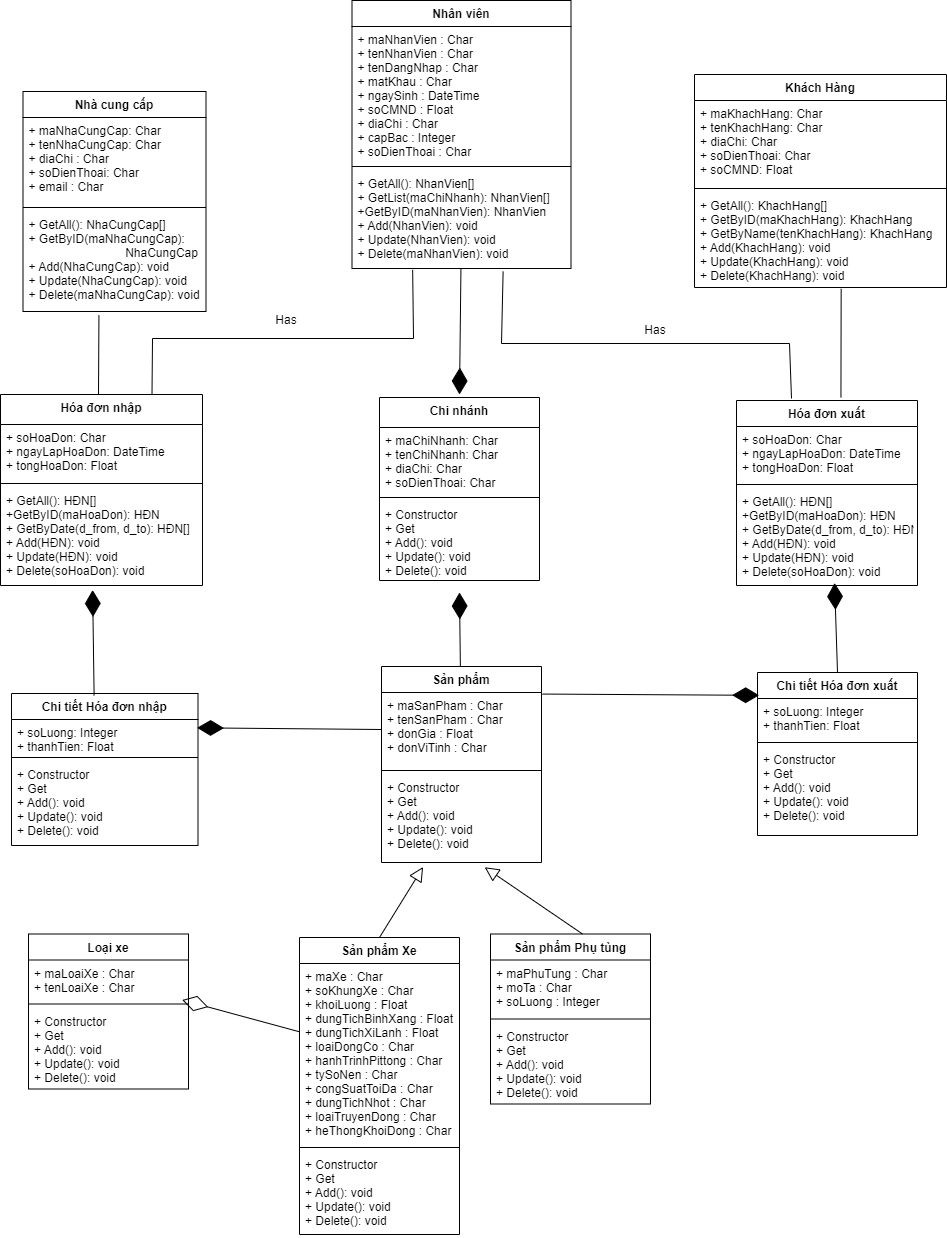
Earlier version of the draw.io export Sơ Đồ Class.png (ChauCongTu/thiet-ke-linh-tinh). Source tidied: cells renumbered, new cells last; positions are measured from the earlier drawing's top-left corner, leaving out a move shared by most shapes.
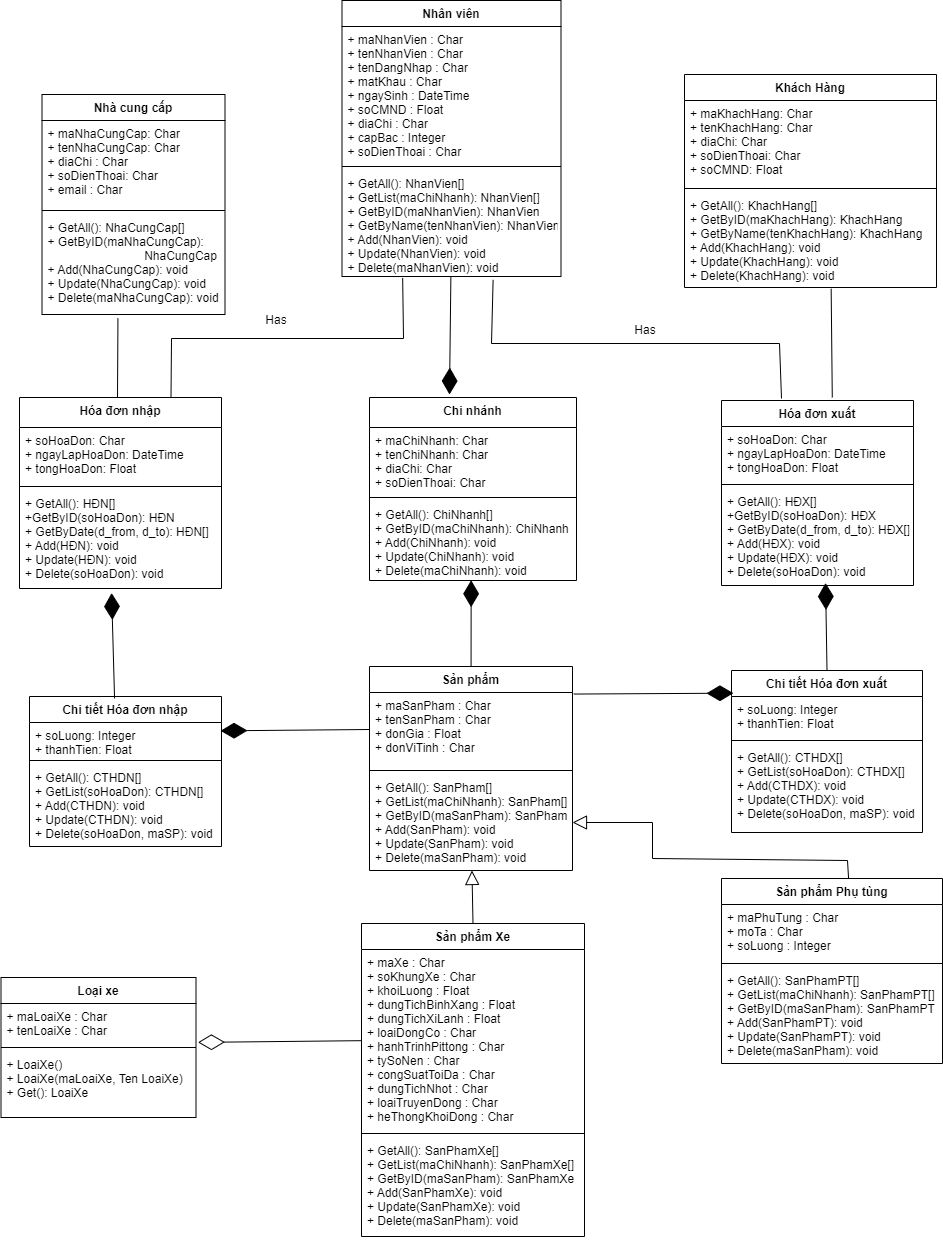
After the change.

Commit message:
Cập nhật Sơ Đồ Class.png

The edit, as a diff of the source:
```diff
@@ -17,3 +17,3 @@
     <mxCell id="6" value="Nhà cung cấp" style="swimlane;fontStyle=1;align=center;verticalAlign=top;horizontal=1;startSize=26;" parent="1" vertex="1">
-      <mxGeometry x="22.5" y="91" width="183" height="220" as="geometry" />
+      <mxGeometry x="51.5" y="94" width="183" height="220" as="geometry" />
     </mxCell>
@@ -29,3 +29,3 @@
     <mxCell id="10" value="Hóa đơn nhập" style="swimlane;fontStyle=1;align=center;verticalAlign=top;horizontal=1;startSize=30;" parent="1" vertex="1">
-      <mxGeometry y="394" width="202" height="191" as="geometry" />
+      <mxGeometry x="29" y="397" width="202" height="191" as="geometry" />
     </mxCell>
@@ -37,3 +37,3 @@
     </mxCell>
-    <mxCell id="13" value="+ GetAll(): HĐN[]&#10;+GetByID(maHoaDon): HĐN&#10;+ GetByDate(d_from, d_to): HĐN[]&#10;+ Add(HĐN): void&#10;+ Update(HĐN): void&#10;+ Delete(soHoaDon): void" style="text;strokeColor=none;fillColor=none;align=left;verticalAlign=top;spacingLeft=4;spacingRight=4;overflow=hidden;points=[[0,0.5],[1,0.5]];portConstraint=eastwest;" parent="10" vertex="1">
+    <mxCell id="13" value="+ GetAll(): HĐN[]&#10;+GetByID(soHoaDon): HĐN&#10;+ GetByDate(d_from, d_to): HĐN[]&#10;+ Add(HĐN): void&#10;+ Update(HĐN): void&#10;+ Delete(soHoaDon): void" style="text;strokeColor=none;fillColor=none;align=left;verticalAlign=top;spacingLeft=4;spacingRight=4;overflow=hidden;points=[[0,0.5],[1,0.5]];portConstraint=eastwest;" parent="10" vertex="1">
       <mxGeometry y="93" width="202" height="98" as="geometry" />
@@ -41,3 +41,3 @@
     <mxCell id="14" value="Nhân viên" style="swimlane;fontStyle=1;align=center;verticalAlign=top;horizontal=1;startSize=26;" parent="1" vertex="1">
-      <mxGeometry x="351.5" width="219" height="268" as="geometry" />
+      <mxGeometry x="351.5" width="219" height="276" as="geometry" />
     </mxCell>
@@ -49,93 +49,91 @@
     </mxCell>
-    <mxCell id="17" value="+ GetAll(): NhanVien[]&#10;+ GetList(maChiNhanh): NhanVien[]&#10;+GetByID(maNhanVien): NhanVien&#10;+ Add(NhanVien): void&#10;+ Update(NhanVien): void&#10;+ Delete(maNhanVien): void" style="text;strokeColor=none;fillColor=none;align=left;verticalAlign=top;spacingLeft=4;spacingRight=4;overflow=hidden;points=[[0,0.5],[1,0.5]];portConstraint=eastwest;" parent="14" vertex="1">
-      <mxGeometry y="170" width="219" height="98" as="geometry" />
+    <mxCell id="17" value="+ GetAll(): NhanVien[]&#10;+ GetList(maChiNhanh): NhanVien[]&#10;+ GetByID(maNhanVien): NhanVien&#10;+ GetByName(tenNhanVien): NhanVien&#10;+ Add(NhanVien): void&#10;+ Update(NhanVien): void&#10;+ Delete(maNhanVien): void" style="text;strokeColor=none;fillColor=none;align=left;verticalAlign=top;spacingLeft=4;spacingRight=4;overflow=hidden;points=[[0,0.5],[1,0.5]];portConstraint=eastwest;" parent="14" vertex="1">
+      <mxGeometry y="170" width="219" height="106" as="geometry" />
     </mxCell>
     <mxCell id="18" value="Loại xe" style="swimlane;fontStyle=1;align=center;verticalAlign=top;horizontal=1;startSize=26;" parent="1" vertex="1">
-      <mxGeometry x="28" y="933.5" width="160" height="155" as="geometry" />
+      <mxGeometry x="10.5" y="977" width="195" height="140" as="geometry" />
     </mxCell>
     <mxCell id="19" value="+ maLoaiXe : Char&#10;+ tenLoaiXe : Char" style="text;strokeColor=none;fillColor=none;align=left;verticalAlign=top;spacingLeft=4;spacingRight=4;overflow=hidden;points=[[0,0.5],[1,0.5]];portConstraint=eastwest;" parent="18" vertex="1">
-      <mxGeometry y="26" width="160" height="40" as="geometry" />
+      <mxGeometry y="26" width="195" height="40" as="geometry" />
     </mxCell>
     <mxCell id="20" style="line;strokeWidth=1;fillColor=none;align=left;verticalAlign=middle;spacingTop=-1;spacingLeft=3;spacingRight=3;labelPosition=right;strokeColor=inherit;" parent="18" vertex="1">
-      <mxGeometry y="66" width="160" height="8" as="geometry" />
+      <mxGeometry y="66" width="195" height="8" as="geometry" />
     </mxCell>
-    <mxCell id="21" value="+ Constructor&#10;+ Get&#10;+ Add(): void&#10;+ Update(): void&#10;+ Delete(): void" style="text;strokeColor=none;fillColor=none;align=left;verticalAlign=top;spacingLeft=4;spacingRight=4;overflow=hidden;" parent="18" vertex="1">
-      <mxGeometry y="74" width="160" height="81" as="geometry" />
+    <mxCell id="21" value="+ LoaiXe()&#10;+ LoaiXe(maLoaiXe, Ten LoaiXe)&#10;+ Get(): LoaiXe" style="text;strokeColor=none;fillColor=none;align=left;verticalAlign=top;spacingLeft=4;spacingRight=4;overflow=hidden;" parent="18" vertex="1">
+      <mxGeometry y="74" width="195" height="66" as="geometry" />
     </mxCell>
     <mxCell id="22" value="Sản phẩm Phụ tùng" style="swimlane;fontStyle=1;align=center;verticalAlign=top;horizontal=1;startSize=26;" parent="1" vertex="1">
-      <mxGeometry x="490" y="933.5" width="160" height="170" as="geometry" />
+      <mxGeometry x="731" y="878" width="221" height="185" as="geometry" />
     </mxCell>
     <mxCell id="23" value="+ maPhuTung : Char&#10;+ moTa : Char&#10;+ soLuong : Integer" style="text;strokeColor=none;fillColor=none;align=left;verticalAlign=top;spacingLeft=4;spacingRight=4;overflow=hidden;" parent="22" vertex="1">
-      <mxGeometry y="26" width="160" height="55" as="geometry" />
+      <mxGeometry y="26" width="221" height="55" as="geometry" />
     </mxCell>
     <mxCell id="24" style="line;strokeWidth=1;fillColor=none;align=left;verticalAlign=middle;spacingTop=-1;spacingLeft=3;spacingRight=3;labelPosition=right;strokeColor=inherit;" parent="22" vertex="1">
-      <mxGeometry y="81" width="160" height="8" as="geometry" />
+      <mxGeometry y="81" width="221" height="8" as="geometry" />
     </mxCell>
-    <mxCell id="25" value="+ Constructor&#10;+ Get&#10;+ Add(): void&#10;+ Update(): void&#10;+ Delete(): void" style="text;strokeColor=none;fillColor=none;align=left;verticalAlign=top;spacingLeft=4;spacingRight=4;overflow=hidden;" parent="22" vertex="1">
-      <mxGeometry y="89" width="160" height="81" as="geometry" />
+    <mxCell id="25" value="+ GetAll(): SanPhamPT[]&#10;+ GetList(maChiNhanh): SanPhamPT[]&#10;+ GetByID(maSanPham): SanPhamPT&#10;+ Add(SanPhamPT): void&#10;+ Update(SanPhamPT): void&#10;+ Delete(maSanPham): void" style="text;strokeColor=none;fillColor=none;align=left;verticalAlign=top;spacingLeft=4;spacingRight=4;overflow=hidden;" parent="22" vertex="1">
+      <mxGeometry y="89" width="221" height="96" as="geometry" />
     </mxCell>
     <mxCell id="26" value="Sản phẩm Xe" style="swimlane;fontStyle=1;align=center;verticalAlign=top;horizontal=1;startSize=26;" parent="1" vertex="1">
-      <mxGeometry x="299" y="937" width="160" height="297" as="geometry" />
+      <mxGeometry x="371" y="923" width="223" height="313" as="geometry" />
     </mxCell>
     <mxCell id="27" value="+ maXe : Char&#10;+ soKhungXe : Char&#10;+ khoiLuong : Float&#10;+ dungTichBinhXang : Float&#10;+ dungTichXiLanh : Float&#10;+ loaiDongCo : Char&#10;+ hanhTrinhPittong : Char&#10;+ tySoNen : Char&#10;+ congSuatToiDa : Char&#10;+ dungTichNhot : Char&#10;+ loaiTruyenDong : Char&#10;+ heThongKhoiDong : Char" style="text;strokeColor=none;fillColor=none;align=left;verticalAlign=top;spacingLeft=4;spacingRight=4;overflow=hidden;points=[[0,0.5],[1,0.5]];portConstraint=eastwest;" parent="26" vertex="1">
-      <mxGeometry y="26" width="160" height="180" as="geometry" />
+      <mxGeometry y="26" width="223" height="180" as="geometry" />
     </mxCell>
     <mxCell id="28" style="line;strokeWidth=1;fillColor=none;align=left;verticalAlign=middle;spacingTop=-1;spacingLeft=3;spacingRight=3;labelPosition=right;strokeColor=inherit;" parent="26" vertex="1">
-      <mxGeometry y="206" width="160" height="8" as="geometry" />
+      <mxGeometry y="206" width="223" height="8" as="geometry" />
     </mxCell>
-    <mxCell id="29" value="+ Constructor&#10;+ Get&#10;+ Add(): void&#10;+ Update(): void&#10;+ Delete(): void" style="text;strokeColor=none;fillColor=none;align=left;verticalAlign=top;spacingLeft=4;spacingRight=4;overflow=hidden;" parent="26" vertex="1">
-      <mxGeometry y="214" width="160" height="83" as="geometry" />
+    <mxCell id="29" value="+ GetAll(): SanPhamXe[]&#10;+ GetList(maChiNhanh): SanPhamXe[]&#10;+ GetByID(maSanPham): SanPhamXe&#10;+ Add(SanPhamXe): void&#10;+ Update(SanPhamXe): void&#10;+ Delete(maSanPham): void" style="text;strokeColor=none;fillColor=none;align=left;verticalAlign=top;spacingLeft=4;spacingRight=4;overflow=hidden;" parent="26" vertex="1">
+      <mxGeometry y="214" width="223" height="99" as="geometry" />
     </mxCell>
     <mxCell id="30" value="Sản phẩm" style="swimlane;fontStyle=1;align=center;verticalAlign=top;horizontal=1;startSize=26;" parent="1" vertex="1">
-      <mxGeometry x="381" y="666" width="160" height="196" as="geometry" />
+      <mxGeometry x="379" y="666" width="203" height="204" as="geometry" />
     </mxCell>
     <mxCell id="31" value="+ maSanPham : Char&#10;+ tenSanPham : Char&#10;+ donGia : Float&#10;+ donViTinh : Char" style="text;strokeColor=none;fillColor=none;align=left;verticalAlign=top;spacingLeft=4;spacingRight=4;overflow=hidden;points=[[0,0.5],[1,0.5]];portConstraint=eastwest;" parent="30" vertex="1">
-      <mxGeometry y="26" width="160" height="74" as="geometry" />
+      <mxGeometry y="26" width="203" height="74" as="geometry" />
     </mxCell>
     <mxCell id="32" style="line;strokeWidth=1;fillColor=none;align=left;verticalAlign=middle;spacingTop=-1;spacingLeft=3;spacingRight=3;labelPosition=right;strokeColor=inherit;" parent="30" vertex="1">
-      <mxGeometry y="100" width="160" height="8" as="geometry" />
+      <mxGeometry y="100" width="203" height="8" as="geometry" />
     </mxCell>
-    <mxCell id="33" value="+ Constructor&#10;+ Get&#10;+ Add(): void&#10;+ Update(): void&#10;+ Delete(): void" style="text;strokeColor=none;fillColor=none;align=left;verticalAlign=top;spacingLeft=4;spacingRight=4;overflow=hidden;points=[[0,0.5],[1,0.5]];portConstraint=eastwest;" parent="30" vertex="1">
-      <mxGeometry y="108" width="160" height="88" as="geometry" />
+    <mxCell id="33" value="+ GetAll(): SanPham[]&#10;+ GetList(maChiNhanh): SanPham[]&#10;+ GetByID(maSanPham): SanPham&#10;+ Add(SanPham): void&#10;+ Update(SanPham): void&#10;+ Delete(maSanPham): void" style="text;strokeColor=none;fillColor=none;align=left;verticalAlign=top;spacingLeft=4;spacingRight=4;overflow=hidden;points=[[0,0.5],[1,0.5]];portConstraint=eastwest;" parent="30" vertex="1">
+      <mxGeometry y="108" width="203" height="96" as="geometry" />
     </mxCell>
     <mxCell id="34" value="Chi tiết Hóa đơn xuất" style="swimlane;fontStyle=1;align=center;verticalAlign=top;horizontal=1;startSize=26;" parent="1" vertex="1">
-      <mxGeometry x="757" y="672" width="160" height="163" as="geometry" />
+      <mxGeometry x="741" y="670" width="191" height="162" as="geometry" />
     </mxCell>
     <mxCell id="35" value="+ soLuong: Integer&#10;+ thanhTien: Float" style="text;strokeColor=none;fillColor=none;align=left;verticalAlign=top;spacingLeft=4;spacingRight=4;overflow=hidden;" parent="34" vertex="1">
-      <mxGeometry y="26" width="160" height="40" as="geometry" />
+      <mxGeometry y="26" width="191" height="40" as="geometry" />
     </mxCell>
     <mxCell id="36" style="line;strokeWidth=1;fillColor=none;align=left;verticalAlign=middle;spacingTop=-1;spacingLeft=3;spacingRight=3;labelPosition=right;strokeColor=inherit;" parent="34" vertex="1">
-      <mxGeometry y="66" width="160" height="8" as="geometry" />
+      <mxGeometry y="66" width="191" height="8" as="geometry" />
     </mxCell>
-    <mxCell id="37" value="+ Constructor&#10;+ Get&#10;+ Add(): void&#10;+ Update(): void&#10;+ Delete(): void" style="text;strokeColor=none;fillColor=none;align=left;verticalAlign=top;spacingLeft=4;spacingRight=4;overflow=hidden;" parent="34" vertex="1">
-      <mxGeometry y="74" width="160" height="89" as="geometry" />
+    <mxCell id="37" value="+ GetAll(): CTHDX[]&#10;+ GetList(soHoaDon): CTHDX[]&#10;+ Add(CTHDX): void&#10;+ Update(CTHDX): void&#10;+ Delete(soHoaDon, maSP): void" style="text;strokeColor=none;fillColor=none;align=left;verticalAlign=top;spacingLeft=4;spacingRight=4;overflow=hidden;" parent="34" vertex="1">
+      <mxGeometry y="74" width="191" height="88" as="geometry" />
     </mxCell>
     <mxCell id="38" value="Chi tiết Hóa đơn nhập" style="swimlane;fontStyle=1;align=center;verticalAlign=top;horizontal=1;startSize=26;" parent="1" vertex="1">
-      <mxGeometry x="11" y="693" width="186.5" height="152" as="geometry" />
+      <mxGeometry x="39" y="696" width="192" height="150" as="geometry" />
     </mxCell>
     <mxCell id="39" value="+ soLuong: Integer&#10;+ thanhTien: Float" style="text;strokeColor=none;fillColor=none;align=left;verticalAlign=top;spacingLeft=4;spacingRight=4;overflow=hidden;points=[[0,0.5],[1,0.5]];portConstraint=eastwest;" parent="38" vertex="1">
-      <mxGeometry y="26" width="186.5" height="34" as="geometry" />
+      <mxGeometry y="26" width="192" height="34" as="geometry" />
     </mxCell>
     <mxCell id="40" style="line;strokeWidth=1;fillColor=none;align=left;verticalAlign=middle;spacingTop=-1;spacingLeft=3;spacingRight=3;labelPosition=right;strokeColor=inherit;" parent="38" vertex="1">
-      <mxGeometry y="60" width="186.5" height="8" as="geometry" />
+      <mxGeometry y="60" width="192" height="8" as="geometry" />
     </mxCell>
-    <mxCell id="41" value="+ Constructor&#10;+ Get&#10;+ Add(): void&#10;+ Update(): void&#10;+ Delete(): void" style="text;strokeColor=none;fillColor=none;align=left;verticalAlign=top;spacingLeft=4;spacingRight=4;overflow=hidden;" parent="38" vertex="1">
-      <mxGeometry y="68" width="186.5" height="84" as="geometry" />
+    <mxCell id="41" value="+ GetAll(): CTHDN[]&#10;+ GetList(soHoaDon): CTHDN[]&#10;+ Add(CTHDN): void&#10;+ Update(CTHDN): void&#10;+ Delete(soHoaDon, maSP): void" style="text;strokeColor=none;fillColor=none;align=left;verticalAlign=top;spacingLeft=4;spacingRight=4;overflow=hidden;" parent="38" vertex="1">
+      <mxGeometry y="68" width="192" height="82" as="geometry" />
     </mxCell>
     <mxCell id="42" value="Hóa đơn xuất" style="swimlane;fontStyle=1;align=center;verticalAlign=top;horizontal=1;startSize=26;" parent="1" vertex="1">
-      <mxGeometry x="736" y="400" width="181" height="185" as="geometry" />
+      <mxGeometry x="731" y="400" width="192" height="185" as="geometry" />
     </mxCell>
     <mxCell id="43" value="+ soHoaDon: Char&#10;+ ngayLapHoaDon: DateTime&#10;+ tongHoaDon: Float" style="text;strokeColor=none;fillColor=none;align=left;verticalAlign=top;spacingLeft=4;spacingRight=4;overflow=hidden;" parent="42" vertex="1">
-      <mxGeometry y="26" width="181" height="54" as="geometry" />
+      <mxGeometry y="26" width="192" height="54" as="geometry" />
     </mxCell>
     <mxCell id="44" style="line;strokeWidth=1;fillColor=none;align=left;verticalAlign=middle;spacingTop=-1;spacingLeft=3;spacingRight=3;labelPosition=right;strokeColor=inherit;" parent="42" vertex="1">
-      <mxGeometry y="80" width="181" height="8" as="geometry" />
+      <mxGeometry y="80" width="192" height="8" as="geometry" />
     </mxCell>
-    <mxCell id="45" value="+ GetAll(): HĐN[]&#10;+GetByID(maHoaDon): HĐN&#10;+ GetByDate(d_from, d_to): HĐN[]&#10;+ Add(HĐN): void&#10;+ Update(HĐN): void&#10;+ Delete(soHoaDon): void" style="text;strokeColor=none;fillColor=none;align=left;verticalAlign=top;spacingLeft=4;spacingRight=4;overflow=hidden;points=[[0,0.5],[1,0.5]];portConstraint=eastwest;" parent="42" vertex="1">
-      <mxGeometry y="88" width="181" height="97" as="geometry" />
+    <mxCell id="45" value="+ GetAll(): HĐX[]&#10;+GetByID(soHoaDon): HĐX&#10;+ GetByDate(d_from, d_to): HĐX[]&#10;+ Add(HĐX): void&#10;+ Update(HĐX): void&#10;+ Delete(soHoaDon): void" style="text;strokeColor=none;fillColor=none;align=left;verticalAlign=top;spacingLeft=4;spacingRight=4;overflow=hidden;points=[[0,0.5],[1,0.5]];portConstraint=eastwest;" parent="42" vertex="1">
+      <mxGeometry y="88" width="192" height="97" as="geometry" />
     </mxCell>
-    <mxCell id="46" style="endArrow=diamondThin;endFill=1;endSize=24;html=1;rounded=0;entryX=0.5;entryY=1;entryDx=0;entryDy=0;" parent="1" edge="1" source="30">
-      <mxGeometry relative="1" as="geometry">
-        <mxPoint x="459" y="592" as="targetPoint" />
-      </mxGeometry>
+    <mxCell id="46" style="endArrow=diamondThin;endFill=1;endSize=24;html=1;rounded=0;entryX=0.491;entryY=0.997;entryDx=0;entryDy=0;entryPerimeter=0;" parent="1" edge="1" source="30" target="64">
+      <mxGeometry relative="1" as="geometry" />
     </mxCell>
@@ -155,3 +153,3 @@
         <Array as="points">
-          <mxPoint x="152" y="338" />
+          <mxPoint x="181" y="338" />
           <mxPoint x="413" y="338" />
@@ -175,7 +173,13 @@
     </mxCell>
-    <mxCell id="54" style="edgeStyle=none;html=1;endSize=12;endArrow=block;endFill=0;rounded=0;entryX=0.26;entryY=1.051;entryDx=0;entryDy=0;entryPerimeter=0;exitX=0.5;exitY=0;exitDx=0;exitDy=0;" parent="1" edge="1" source="26" target="33">
+    <mxCell id="54" style="edgeStyle=none;html=1;endSize=12;endArrow=block;endFill=0;rounded=0;exitX=0.5;exitY=0;exitDx=0;exitDy=0;" parent="1" edge="1" source="26" target="33">
       <mxGeometry relative="1" as="geometry" />
     </mxCell>
-    <mxCell id="55" style="edgeStyle=none;html=1;endSize=12;endArrow=block;endFill=0;rounded=0;entryX=0.645;entryY=1.054;entryDx=0;entryDy=0;entryPerimeter=0;exitX=0.575;exitY=0;exitDx=0;exitDy=0;exitPerimeter=0;" parent="1" edge="1" source="22" target="33">
-      <mxGeometry relative="1" as="geometry" />
+    <mxCell id="55" style="edgeStyle=none;html=1;endSize=12;endArrow=block;endFill=0;rounded=0;entryX=1;entryY=0.5;entryDx=0;entryDy=0;exitX=0.575;exitY=0;exitDx=0;exitDy=0;exitPerimeter=0;" parent="1" edge="1" source="22" target="33">
+      <mxGeometry relative="1" as="geometry">
+        <Array as="points">
+          <mxPoint x="857" y="860" />
+          <mxPoint x="662" y="858" />
+          <mxPoint x="662" y="822" />
+        </Array>
+      </mxGeometry>
     </mxCell>
@@ -187,3 +191,3 @@
     </mxCell>
-    <mxCell id="58" style="endArrow=diamondThin;endFill=0;endSize=24;html=1;rounded=0;" parent="1" edge="1" source="27" target="19">
+    <mxCell id="58" style="endArrow=diamondThin;endFill=0;endSize=24;html=1;rounded=0;entryX=1.01;entryY=0.972;entryDx=0;entryDy=0;entryPerimeter=0;" parent="1" edge="1" source="27" target="19">
       <mxGeometry relative="1" as="geometry" />
@@ -192,3 +196,3 @@
       <mxGeometry relative="1" as="geometry">
-        <mxPoint x="98" y="394" as="sourcePoint" />
+        <mxPoint x="127" y="397" as="sourcePoint" />
       </mxGeometry>
@@ -199,12 +203,12 @@
     <mxCell id="61" value="Chi nhánh" style="swimlane;fontStyle=1;align=center;verticalAlign=top;horizontal=1;startSize=30;" parent="1" vertex="1">
-      <mxGeometry x="379" y="397" width="160" height="183" as="geometry" />
+      <mxGeometry x="379" y="397" width="207" height="183" as="geometry" />
     </mxCell>
     <mxCell id="62" value="+ maChiNhanh: Char&#10;+ tenChiNhanh: Char&#10;+ diaChi: Char&#10;+ soDienThoai: Char" style="text;strokeColor=none;fillColor=none;align=left;verticalAlign=top;spacingLeft=4;spacingRight=4;overflow=hidden;" parent="61" vertex="1">
-      <mxGeometry y="30" width="160" height="66" as="geometry" />
+      <mxGeometry y="30" width="207" height="66" as="geometry" />
     </mxCell>
     <mxCell id="63" style="line;strokeWidth=1;fillColor=none;align=left;verticalAlign=middle;spacingTop=-1;spacingLeft=3;spacingRight=3;labelPosition=right;strokeColor=inherit;" parent="61" vertex="1">
-      <mxGeometry y="96" width="160" height="8" as="geometry" />
+      <mxGeometry y="96" width="207" height="8" as="geometry" />
     </mxCell>
-    <mxCell id="64" value="+ Constructor&#10;+ Get&#10;+ Add(): void&#10;+ Update(): void&#10;+ Delete(): void" style="text;strokeColor=none;fillColor=none;align=left;verticalAlign=top;spacingLeft=4;spacingRight=4;overflow=hidden;points=[[0,0.5],[1,0.5]];portConstraint=eastwest;" parent="61" vertex="1">
-      <mxGeometry y="104" width="160" height="79" as="geometry" />
+    <mxCell id="64" value="+ GetAll(): ChiNhanh[]&#10;+ GetByID(maChiNhanh): ChiNhanh &#10;+ Add(ChiNhanh): void&#10;+ Update(ChiNhanh): void&#10;+ Delete(maChiNhanh): void" style="text;strokeColor=none;fillColor=none;align=left;verticalAlign=top;spacingLeft=4;spacingRight=4;overflow=hidden;points=[[0,0.5],[1,0.5]];portConstraint=eastwest;" parent="61" vertex="1">
+      <mxGeometry y="104" width="207" height="79" as="geometry" />
     </mxCell>
```
